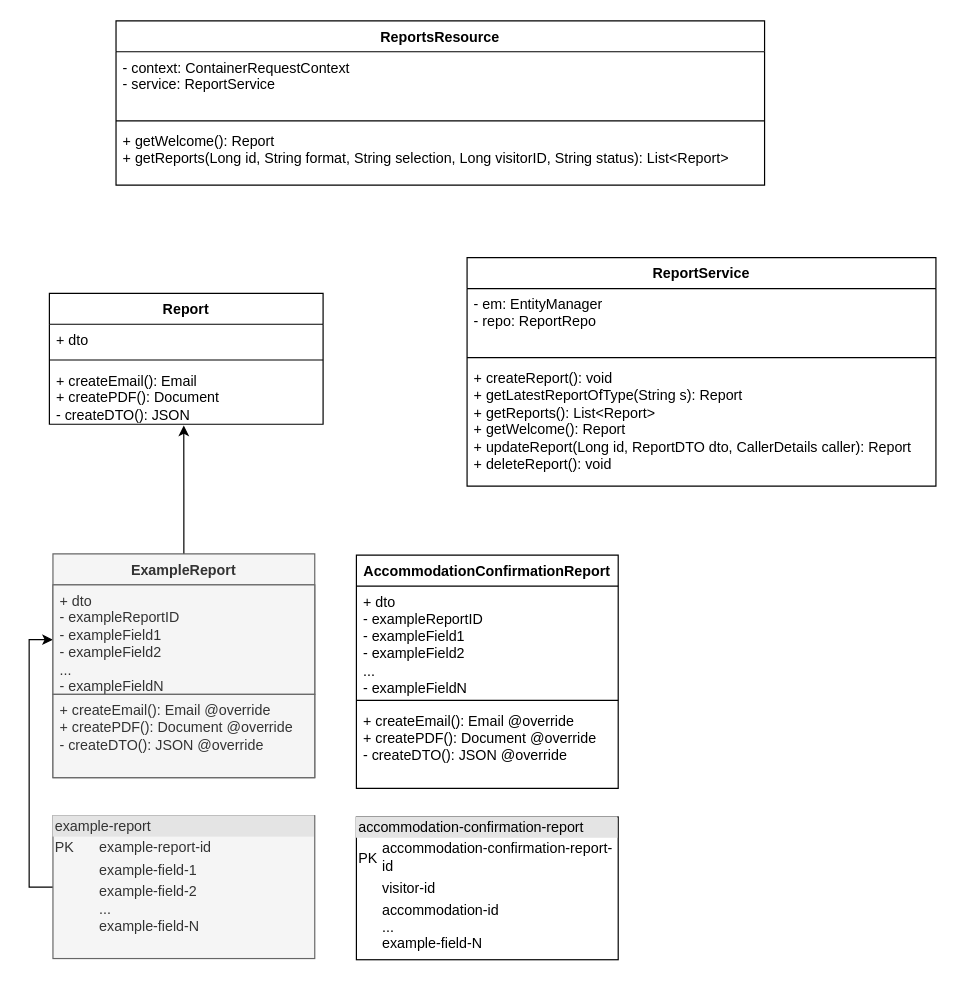
The draw.io diagram Document generation class diagram.drawio in ambolt314/FinalProjectDesign, before the edit. Source tidied: cells renumbered, new cells numbered last; positions are measured from the earlier drawing's top-left corner, leaving out a move shared by most shapes. Both pictures are drawn from the tidied source at 119%, with x=0, y=0 at pixel (49, 20).
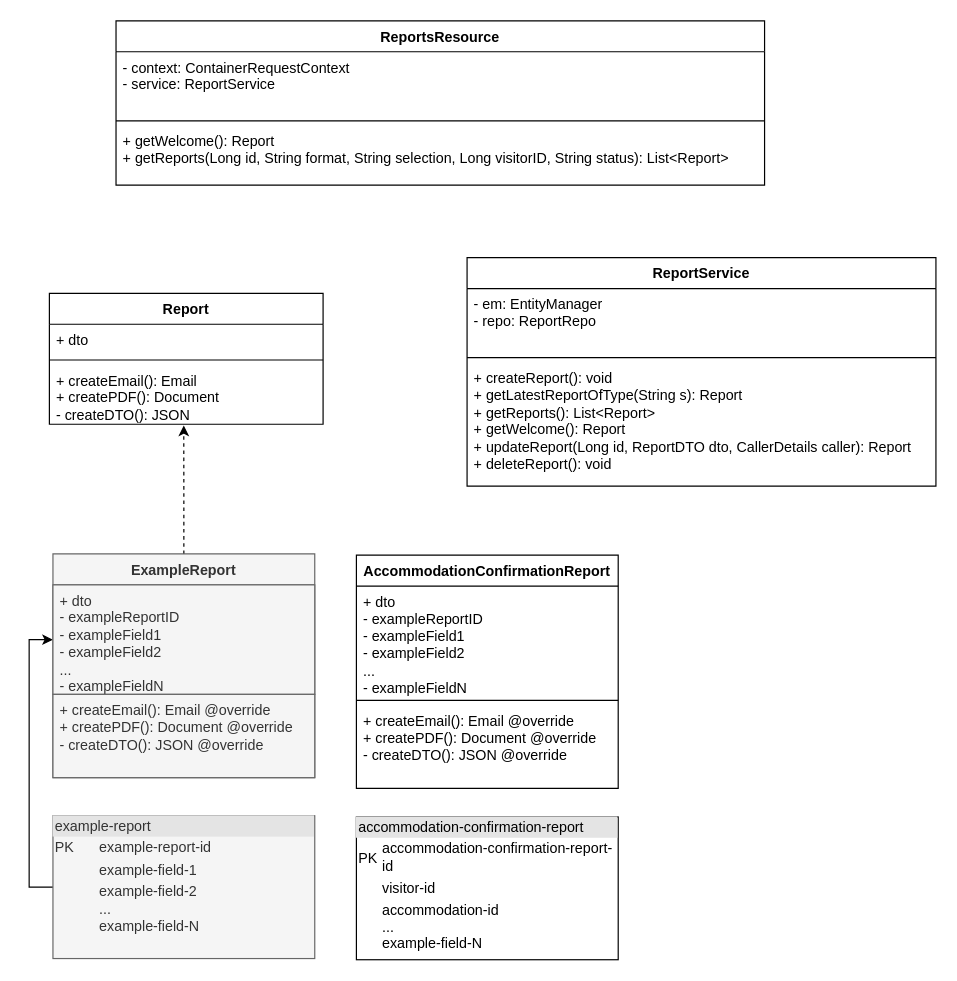
The same page after the edit.

Commit message:
Modified connection to show abstraction

The change refers to these unchanged cells:
```xml
<mxCell id="13" value="&lt;div&gt;+ createEmail(): Email&lt;/div&gt;&lt;div&gt;+ createPDF(): Document&lt;/div&gt;&lt;div&gt;- createDTO(): JSON&lt;/div&gt;" style="text;strokeColor=none;fillColor=none;align=left;verticalAlign=top;spacingLeft=4;spacingRight=4;overflow=hidden;points=[[0,0.5],[1,0.5]];portConstraint=eastwest;whiteSpace=wrap;html=1;" parent="10" vertex="1">
  <mxGeometry y="60" width="230" height="50" as="geometry" />
</mxCell>
<mxCell id="17" value="ExampleReport" style="swimlane;fontStyle=1;align=center;verticalAlign=top;horizontal=1;startSize=26;whiteSpace=wrap;html=1;fillColor=#f5f5f5;fontColor=#333333;strokeColor=#666666;" parent="1" vertex="1">
  <mxGeometry x="3" y="448" width="220" height="188" as="geometry" />
</mxCell>
```

What changed in the source:
```diff
@@
-    <mxCell id="16" style="edgeStyle=orthogonalEdgeStyle;rounded=0;jettySize=auto;html=1;entryX=0.491;entryY=1.02;entryDx=0;entryDy=0;entryPerimeter=0;" parent="1" edge="1" source="17" target="13">
+    <mxCell id="16" style="edgeStyle=orthogonalEdgeStyle;rounded=0;jettySize=auto;html=1;entryX=0.491;entryY=1.02;entryDx=0;entryDy=0;entryPerimeter=0;dashed=1;" parent="1" edge="1" source="17" target="13">
       <mxGeometry relative="1" as="geometry" />
     </mxCell>
```
